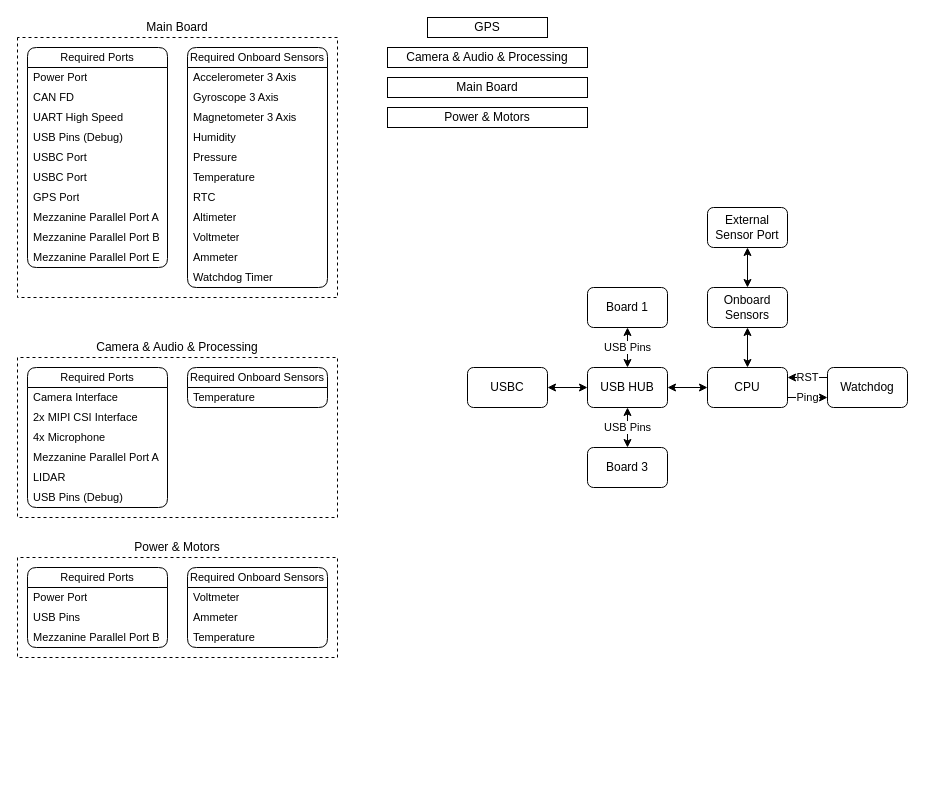
Above: page "Brainstorm" (2 of 2) of Documents/Diagram.drawio in Ornithopter-Project/Bird-Brain (draw.io), before the change. Source tidied: cells renumbered, new cells numbered last; positions are measured from the earlier drawing's top-left corner, leaving out a move shared by most shapes. Both pictures are drawn from the tidied source at 100%, with x=0, y=0 at pixel (17, 17).
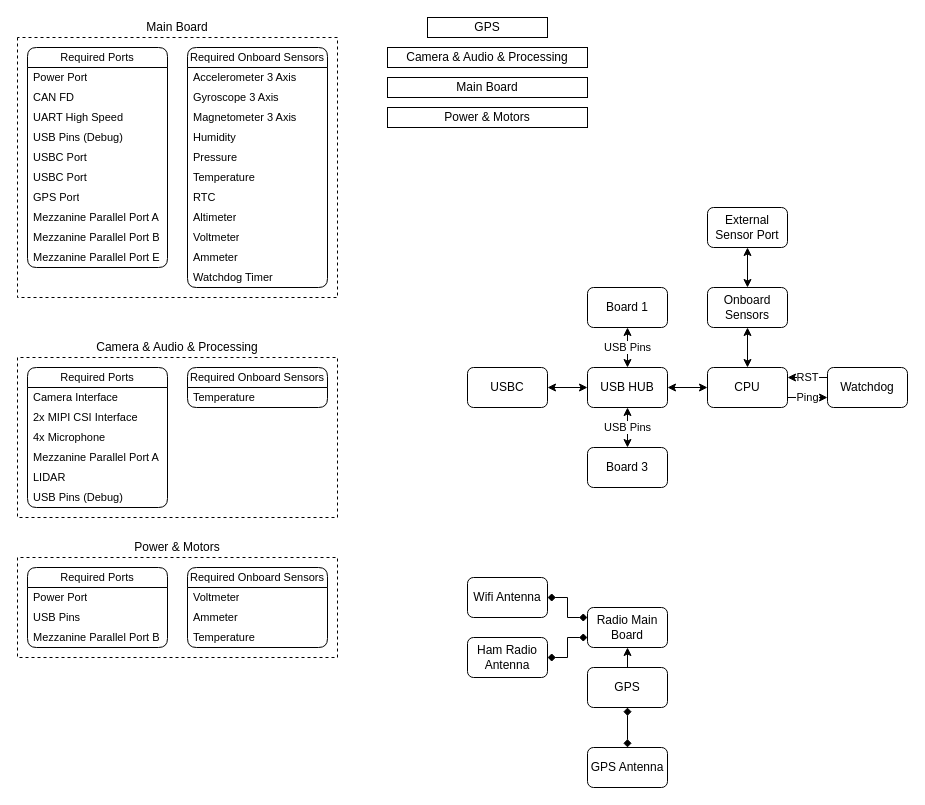
After the change.

Commit message:
Added radio high level diagram

What changed in the source:
```diff
@@
+    <mxCell id="68" style="edgeStyle=orthogonalEdgeStyle;rounded=0;jettySize=auto;html=1;exitX=0;exitY=0.25;exitDx=0;exitDy=0;entryX=1;entryY=0.5;entryDx=0;entryDy=0;startArrow=diamond;startFill=1;endArrow=diamond;endFill=1;" parent="1" edge="1" source="70" target="71">
+      <mxGeometry relative="1" as="geometry" />
+    </mxCell>
+    <mxCell id="69" style="edgeStyle=orthogonalEdgeStyle;rounded=0;jettySize=auto;html=1;exitX=0;exitY=0.75;exitDx=0;exitDy=0;entryX=1;entryY=0.5;entryDx=0;entryDy=0;startArrow=diamond;startFill=1;endArrow=diamond;endFill=1;" parent="1" edge="1" source="70" target="72">
+      <mxGeometry relative="1" as="geometry" />
+    </mxCell>
+    <mxCell id="70" value="Radio Main Board" style="rounded=1;whiteSpace=wrap;html=1;" parent="1" vertex="1">
+      <mxGeometry x="570" y="590" width="80" height="40" as="geometry" />
+    </mxCell>
+    <mxCell id="71" value="Wifi Antenna" style="rounded=1;whiteSpace=wrap;html=1;" parent="1" vertex="1">
+      <mxGeometry x="450" y="560" width="80" height="40" as="geometry" />
+    </mxCell>
+    <mxCell id="72" value="Ham Radio Antenna" style="rounded=1;whiteSpace=wrap;html=1;" parent="1" vertex="1">
+      <mxGeometry x="450" y="620" width="80" height="40" as="geometry" />
+    </mxCell>
+    <mxCell id="73" style="edgeStyle=orthogonalEdgeStyle;rounded=0;jettySize=auto;html=1;exitX=0.5;exitY=0;exitDx=0;exitDy=0;entryX=0.5;entryY=1;entryDx=0;entryDy=0;" parent="1" edge="1" source="74" target="70">
+      <mxGeometry relative="1" as="geometry" />
+    </mxCell>
+    <mxCell id="74" value="GPS" style="rounded=1;whiteSpace=wrap;html=1;" parent="1" vertex="1">
+      <mxGeometry x="570" y="650" width="80" height="40" as="geometry" />
+    </mxCell>
+    <mxCell id="75" style="edgeStyle=orthogonalEdgeStyle;rounded=0;jettySize=auto;html=1;exitX=0.5;exitY=0;exitDx=0;exitDy=0;entryX=0.5;entryY=1;entryDx=0;entryDy=0;startArrow=diamond;startFill=1;endArrow=diamond;endFill=1;" parent="1" edge="1" source="76" target="74">
+      <mxGeometry relative="1" as="geometry" />
+    </mxCell>
+    <mxCell id="76" value="GPS Antenna" style="rounded=1;whiteSpace=wrap;html=1;" parent="1" vertex="1">
+      <mxGeometry x="570" y="730" width="80" height="40" as="geometry" />
+    </mxCell>
```
